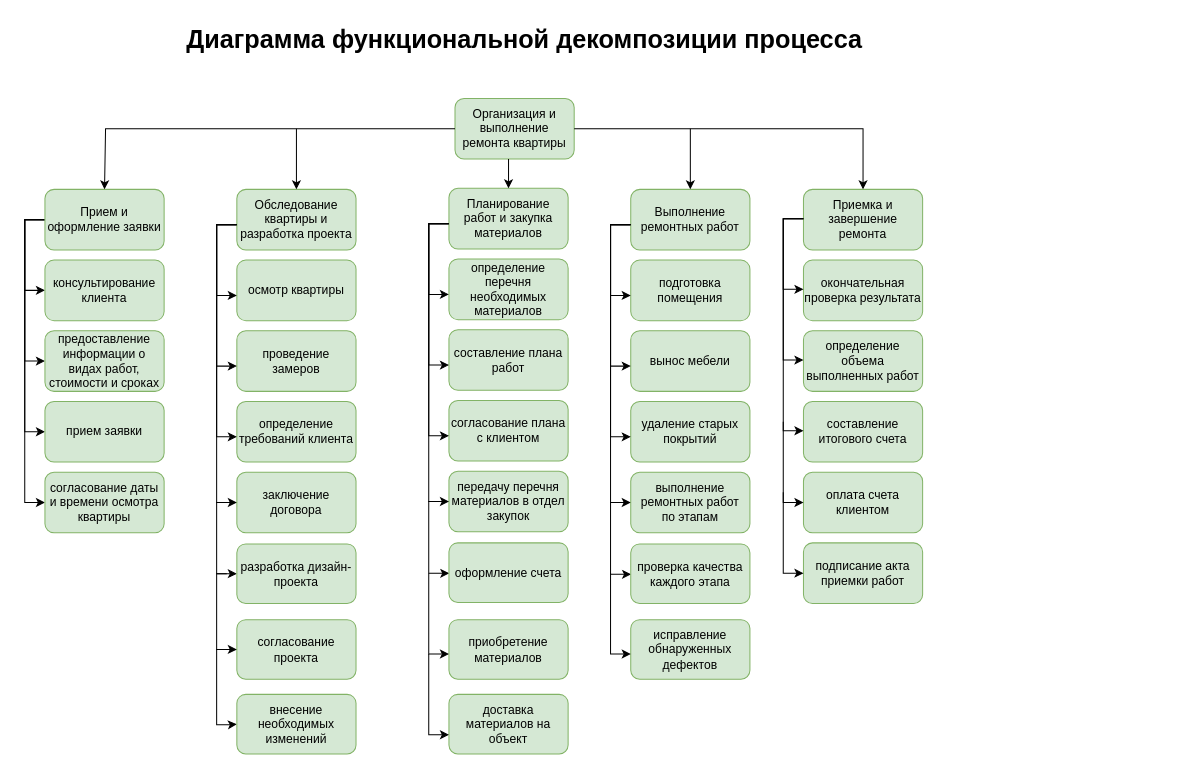
The draw.io diagram page "2 Декомпозиция" (2 of 4) of sem-5/miabp/lab-1/diagram.drawio in anodev996/uni-works, before the edit. Source tidied: cells renumbered, new cells numbered last; positions are measured from the earlier drawing's top-left corner, leaving out a move shared by most shapes. Both pictures are drawn from the tidied source at 101%, with x=0, y=0 at pixel (24, 17).
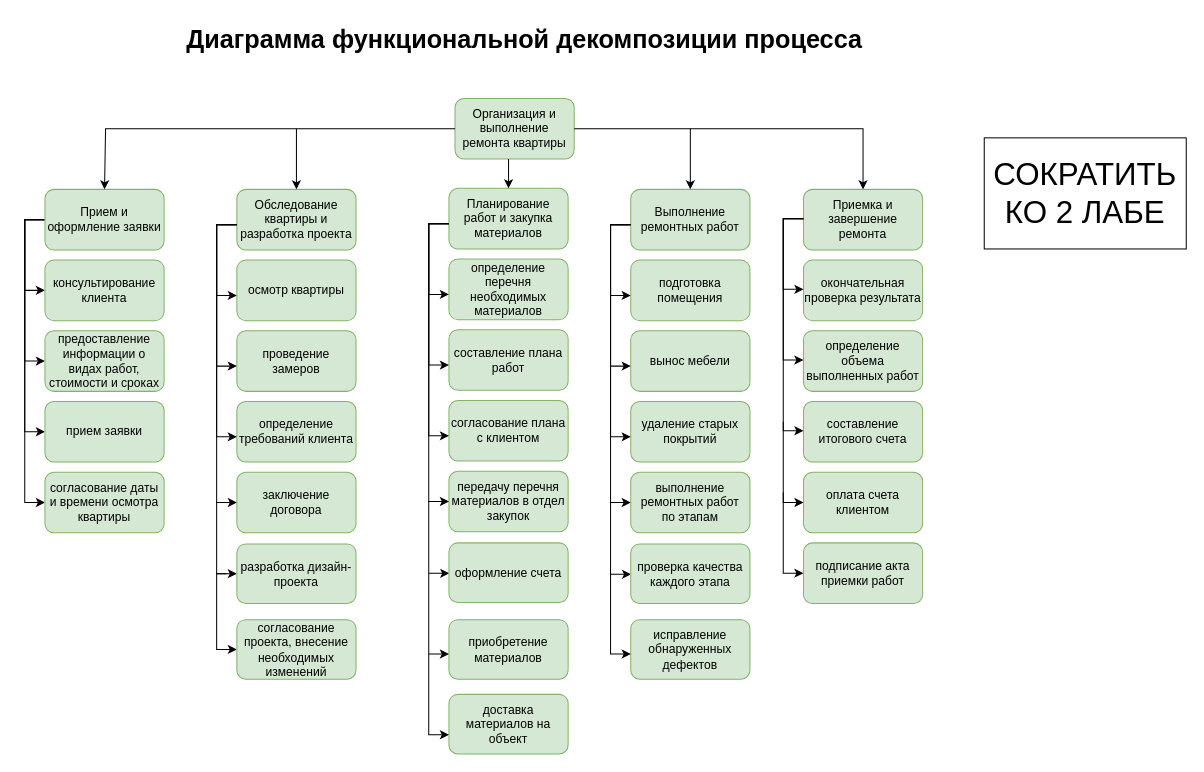
After the change.

Diff of the diagram source:
```diff
@@
-    <mxCell id="59" style="edgeStyle=orthogonalEdgeStyle;rounded=0;jettySize=auto;html=1;entryX=0;entryY=0.5;entryDx=0;entryDy=0;" parent="1" edge="1" source="60" target="61">
-      <mxGeometry relative="1" as="geometry">
-        <Array as="points">
-          <mxPoint x="190" y="625.5" />
-          <mxPoint x="190" y="700" />
-          <mxPoint x="202.6" y="700" />
-        </Array>
-      </mxGeometry>
-    </mxCell>
-    <mxCell id="60" value="согласование проекта" style="rounded=1;whiteSpace=wrap;html=1;fillColor=#d5e8d4;strokeColor=#82b366;" parent="1" vertex="1">
+    <mxCell id="60" value="согласование проекта, внесение необходимых изменений" style="rounded=1;whiteSpace=wrap;html=1;fillColor=#d5e8d4;strokeColor=#82b366;" parent="1" vertex="1">
       <mxGeometry x="210" y="596" width="118" height="59" as="geometry" />
     </mxCell>
-    <mxCell id="61" value="внесение необходимых изменений" style="rounded=1;whiteSpace=wrap;html=1;fillColor=#d5e8d4;strokeColor=#82b366;" parent="1" vertex="1">
-      <mxGeometry x="210" y="670" width="118" height="59" as="geometry" />
-    </mxCell>
@@
+    <mxCell id="72" value="СОКРАТИТЬ&lt;div&gt;КО 2 ЛАБЕ&lt;/div&gt;" style="whiteSpace=wrap;html=1;fontSize=31;" parent="1" vertex="1">
+      <mxGeometry x="950" y="119" width="200" height="110" as="geometry" />
+    </mxCell>
```
